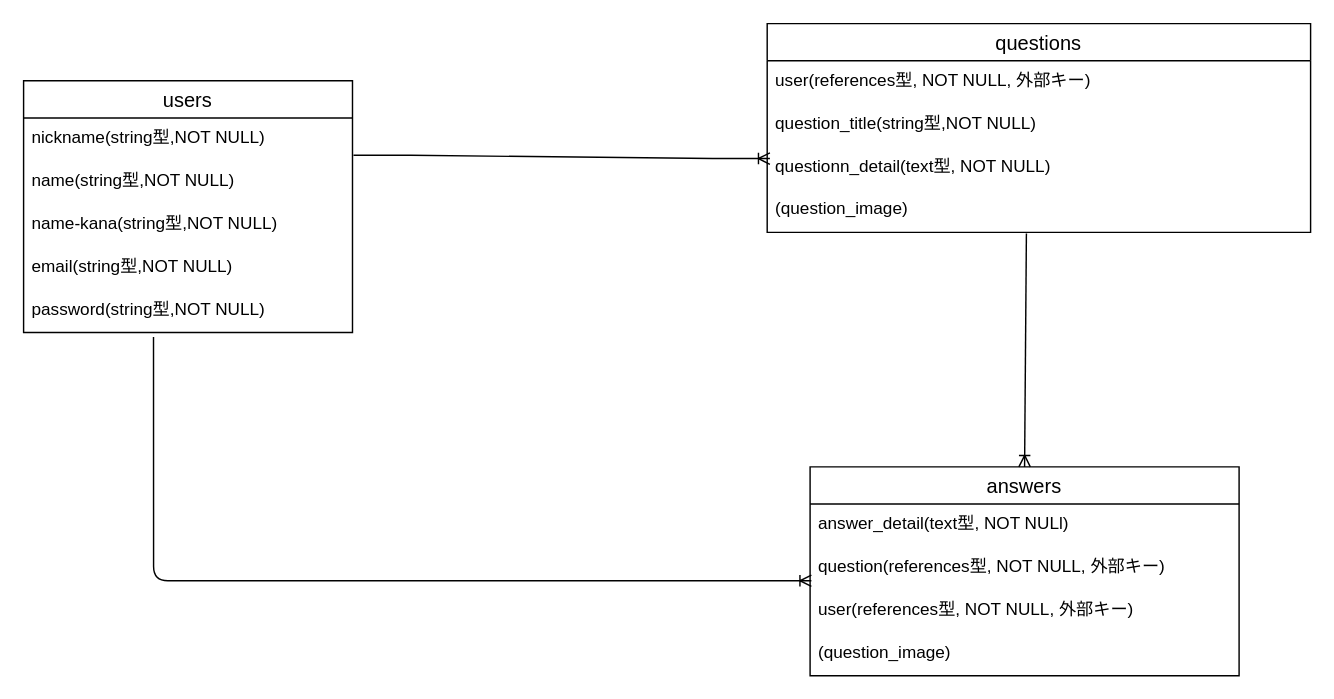
The draw.io diagram ER.dio in mikiii24/qual_app, before the edit. Source tidied: cells renumbered, new cells numbered last; positions are measured from the earlier drawing's top-left corner, leaving out a move shared by most shapes. Both pictures are drawn from the tidied source at 143%, with x=0, y=0 at pixel (23, 23).
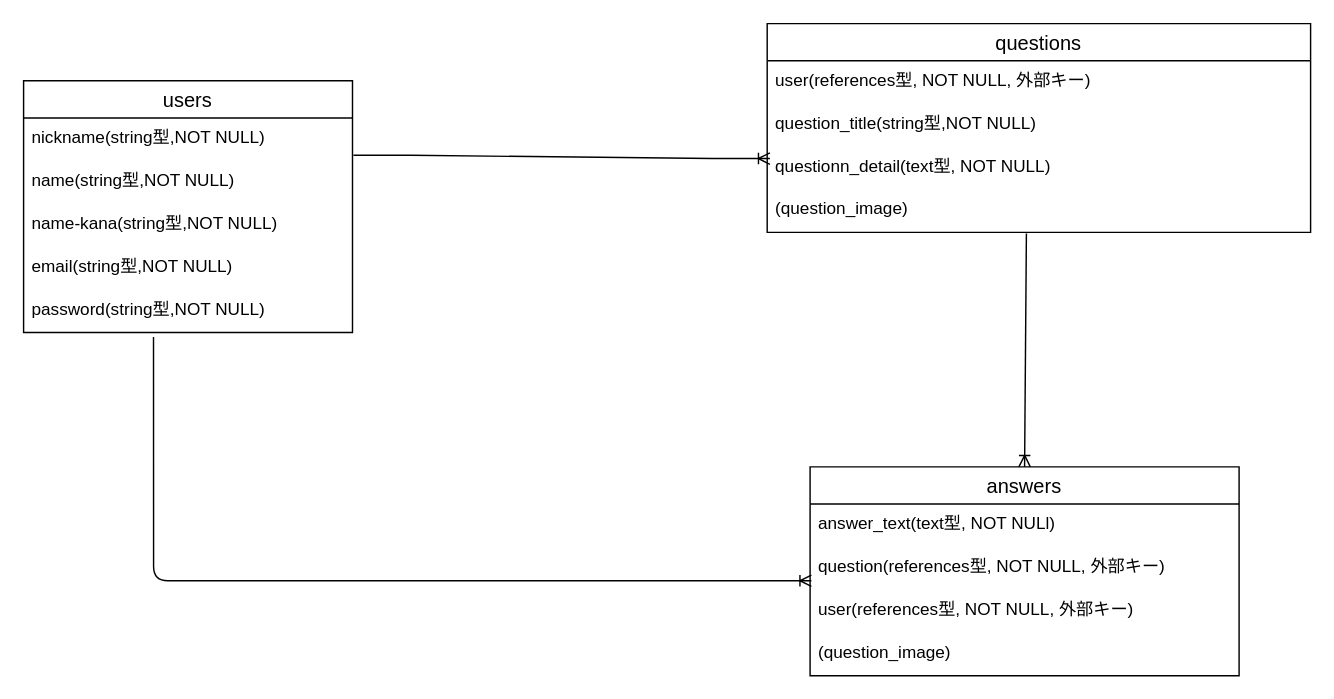
The same page after the edit.

The change refers to these unchanged cells:
```xml
<mxCell id="13" value="answers" style="swimlane;fontStyle=0;horizontal=1;startSize=26;align=center;fontSize=14;" parent="1" vertex="1">
  <mxGeometry x="550" y="310" width="300" height="146" as="geometry" />
</mxCell>
```

The edit, as a diff of the source:
```diff
@@
-    <mxCell id="14" value="answer_detail(text型, NOT NULl)" style="text;strokeColor=none;fillColor=none;spacingLeft=4;spacingRight=4;overflow=hidden;fontSize=12;" parent="13" vertex="1">
+    <mxCell id="14" value="answer_text(text型, NOT NULl)" style="text;strokeColor=none;fillColor=none;spacingLeft=4;spacingRight=4;overflow=hidden;fontSize=12;" parent="13" vertex="1">
       <mxGeometry y="26" width="300" height="30" as="geometry" />
     </mxCell>
```
